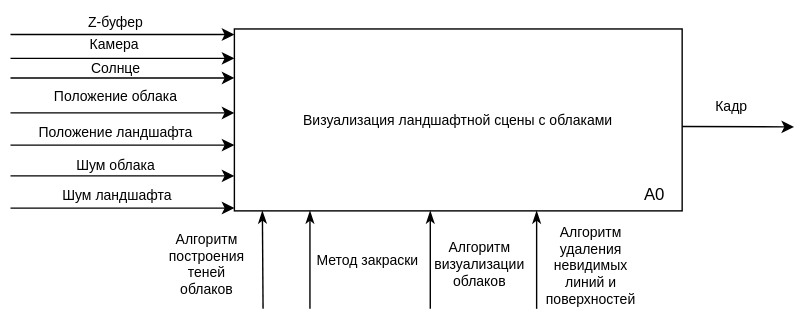
The draw.io diagram doc/assets/img/cloud_a0.svg in ficusinapot/bmstu-cw-cg-volumetric-clouds, before a commit. Source tidied: cells renumbered, new cells last; positions are measured from the earlier drawing's top-left corner, leaving out a move shared by most shapes.
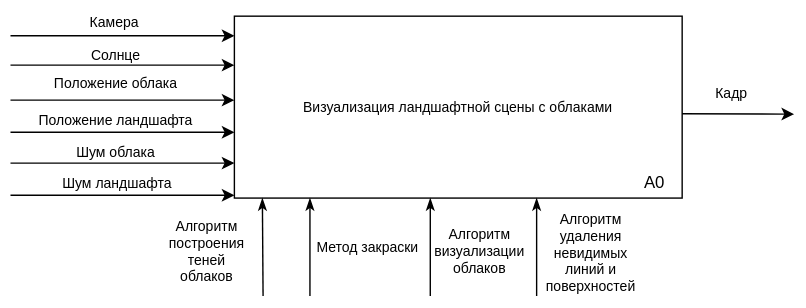
The same file after the commit.

The edit, as a diff of the source:
```diff
@@ -7,8 +7,8 @@
     </mxCell>
     <mxCell id="3" style="endArrow=classic;html=1;rounded=0;endFill=1;fontSize=10;" parent="1" edge="1">
       <mxGeometry relative="1" as="geometry">
-        <mxPoint y="41" as="sourcePoint" />
-        <mxPoint x="160" y="41" as="targetPoint" />
+        <mxPoint y="34" as="sourcePoint" />
+        <mxPoint x="160" y="34" as="targetPoint" />
       </mxGeometry>
     </mxCell>
     <mxCell id="4" style="endArrow=classic;html=1;rounded=0;endFill=1;fontSize=10;" parent="1" edge="1">
@@ -104,17 +104,8 @@
         <mxPoint x="300" y="150" as="targetPoint" />
       </mxGeometry>
     </mxCell>
-    <mxCell id="25" style="endArrow=classic;html=1;rounded=0;endFill=1;fontSize=10;" parent="1" edge="1">
-      <mxGeometry relative="1" as="geometry">
-        <mxPoint y="24" as="sourcePoint" />
-        <mxPoint x="160" y="24" as="targetPoint" />
-      </mxGeometry>
-    </mxCell>
     <mxCell id="26" value="Камера" style="text;html=1;align=center;verticalAlign=middle;strokeColor=none;fillColor=none;fontSize=10;" parent="1" vertex="1">
-      <mxGeometry x="44" y="16" width="60" height="30" as="geometry" />
+      <mxGeometry x="44" y="9" width="60" height="30" as="geometry" />
     </mxCell>
-    <mxCell id="27" value="Z-буфер" style="text;html=1;align=center;verticalAlign=middle;strokeColor=none;fillColor=none;fontSize=10;" parent="1" vertex="1">
-      <mxGeometry x="45" width="60" height="30" as="geometry" />
-    </mxCell>
   </root>
 </mxGraphModel>
```
